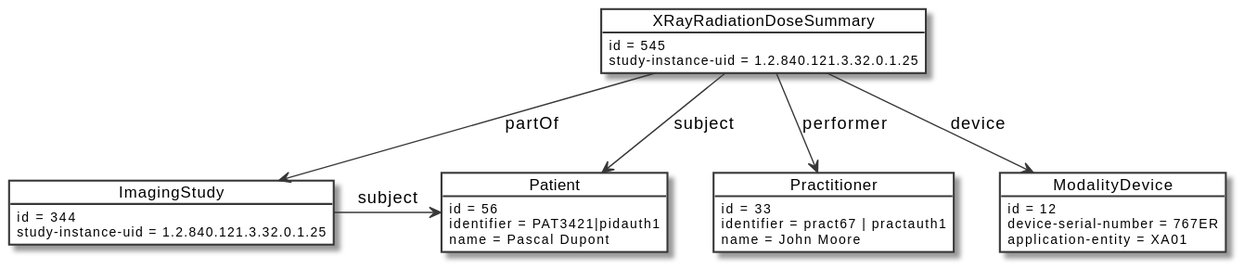
Before: input/images/example2.svg, a diagram exported from PlantUML (HL7/fhir-radiation-dose-summary-ig).
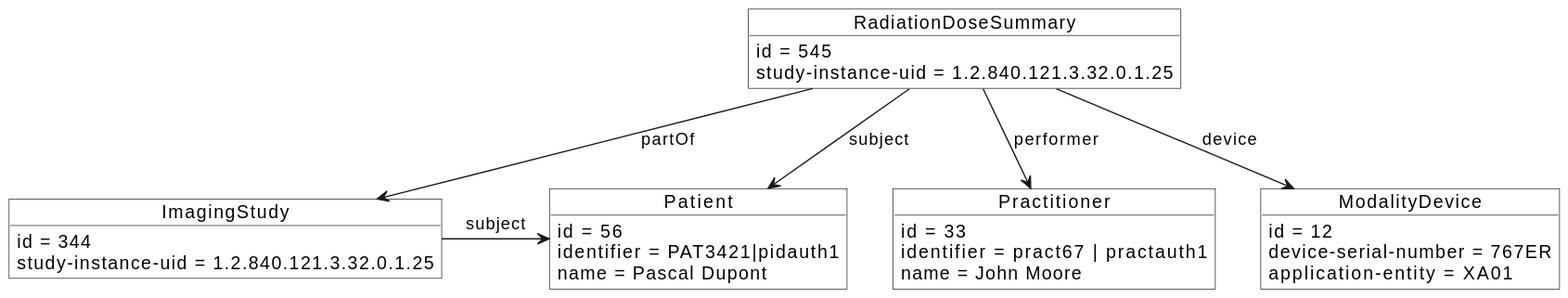
The same file after the commit.

What changed in the source:
```diff
@@ -1,7 +1,7 @@
 @startuml
 skinparam monochrome true
 
-object  XRayRadiationDoseSummary #white {
+object  RadiationDoseSummary #white {
   id = 545
   study-instance-uid = 1.2.840.121.3.32.0.1.25
 }
@@ -30,9 +30,9 @@
 }
 
 
-XRayRadiationDoseSummary -d-> Patient : "subject"
-XRayRadiationDoseSummary -d-> ImagingStudy : "partOf"
-XRayRadiationDoseSummary -d-> Practitioner : "performer"
-XRayRadiationDoseSummary -d-> ModalityDevice : "device"
+RadiationDoseSummary -d-> Patient : "subject"
+RadiationDoseSummary -d-> ImagingStudy : "partOf"
+RadiationDoseSummary -d-> Practitioner : "performer"
+RadiationDoseSummary -d-> ModalityDevice : "device"
 ImagingStudy -> Patient : "subject"
 @enduml
```
